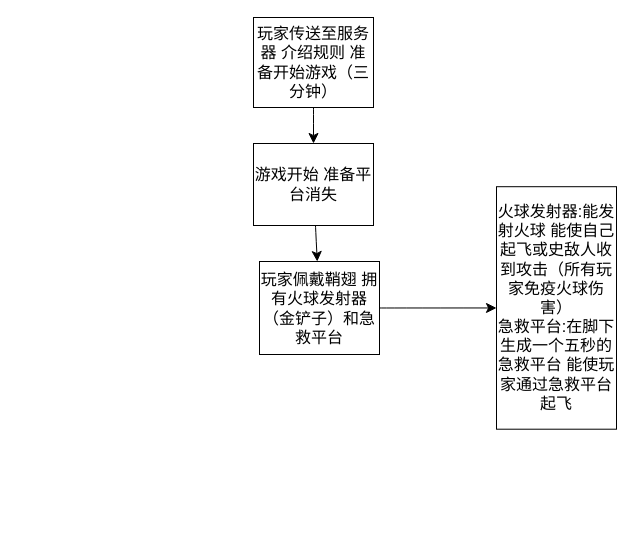
Before: 小游戏/Rocket Spleef Rush.drawio in nothing-championship/what-it-this, a draw.io diagram. Source tidied: cells renumbered, new cells numbered last; positions are measured from the earlier drawing's top-left corner, leaving out a move shared by most shapes. Both pictures are drawn from the tidied source at 100%, with x=0, y=0 at pixel (253, 17).
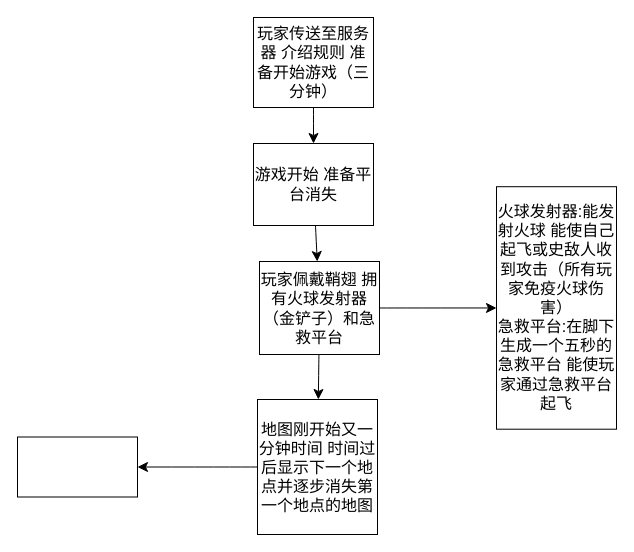
The same diagram, later.

Change to the diagram source:
```diff
@@
 <mxGraphModel>
   <root>
     <mxCell id="0" />
     <mxCell id="1" parent="0" />
     <mxCell id="2" style="edgeStyle=none;curved=1;rounded=0;jettySize=auto;html=1;fontSize=12;startSize=8;endSize=8;" parent="1" edge="1" source="3" target="5">
       <mxGeometry relative="1" as="geometry" />
     </mxCell>
     <mxCell id="3" value="玩家传送至服务器 介绍规则 准备开始游戏（三分钟）" style="whiteSpace=wrap;html=1;fontSize=16;" parent="1" vertex="1">
       <mxGeometry width="120" height="90" as="geometry" />
     </mxCell>
     <mxCell id="4" style="edgeStyle=none;curved=1;rounded=0;jettySize=auto;html=1;fontSize=12;startSize=8;endSize=8;" parent="1" edge="1" source="5" target="7">
       <mxGeometry relative="1" as="geometry" />
     </mxCell>
     <mxCell id="5" value="游戏开始 准备平台消失" style="whiteSpace=wrap;html=1;fontSize=16;" parent="1" vertex="1">
       <mxGeometry y="126" width="120" height="82" as="geometry" />
     </mxCell>
     <mxCell id="6" style="edgeStyle=none;curved=1;rounded=0;jettySize=auto;html=1;fontSize=12;startSize=8;endSize=8;" parent="1" edge="1" source="7" target="8">
       <mxGeometry relative="1" as="geometry" />
     </mxCell>
+    <mxCell id="9" style="edgeStyle=none;curved=1;rounded=0;jettySize=auto;html=1;fontSize=12;startSize=8;endSize=8;" parent="1" edge="1" source="7" target="11">
+      <mxGeometry relative="1" as="geometry" />
+    </mxCell>
     <mxCell id="7" value="玩家佩戴鞘翅 拥有火球发射器（金铲子）和急救平台" style="whiteSpace=wrap;html=1;fontSize=16;" parent="1" vertex="1">
       <mxGeometry x="6" y="244" width="120" height="93" as="geometry" />
     </mxCell>
     <mxCell id="8" value="火球发射器:能发射火球 能使自己起飞或史敌人收到攻击（所有玩家免疫火球伤害）&lt;br&gt;急救平台:在脚下生成一个五秒的急救平台 能使玩家通过急救平台起飞" style="whiteSpace=wrap;html=1;fontSize=16;" parent="1" vertex="1">
       <mxGeometry x="243" y="169.2" width="120" height="242.5" as="geometry" />
     </mxCell>
+    <mxCell id="10" style="edgeStyle=none;curved=1;rounded=0;jettySize=auto;html=1;fontSize=12;startSize=8;endSize=8;" parent="1" edge="1" source="11" target="12">
+      <mxGeometry relative="1" as="geometry" />
+    </mxCell>
+    <mxCell id="11" value="地图刚开始又一分钟时间 时间过后显示下一个地点并逐步消失第一个地点的地图" style="whiteSpace=wrap;html=1;fontSize=16;" parent="1" vertex="1">
+      <mxGeometry x="4" y="382" width="120" height="135" as="geometry" />
+    </mxCell>
+    <mxCell id="12" style="whiteSpace=wrap;html=1;fontSize=16;" parent="1" vertex="1">
+      <mxGeometry x="-236" y="419.5" width="120" height="60" as="geometry" />
+    </mxCell>
   </root>
 </mxGraphModel>
```
